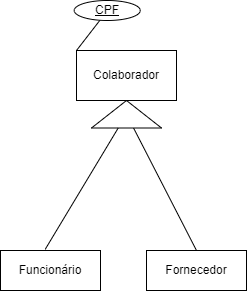
The draw.io diagram Database Diagram.drawio.png in ivanalves-t/DataBaseMER, before a commit. Source tidied: cells renumbered, new cells last; positions are measured from the earlier drawing's top-left corner, leaving out a move shared by most shapes. Source of this version:
```xml
<mxGraphModel>
  <root>
    <mxCell id="0" />
    <mxCell id="1" parent="0" />
    <mxCell id="2" style="triangle;whiteSpace=wrap;html=1;rotation=-90;" parent="1" vertex="1">
      <mxGeometry x="112.2" y="78.8" width="27.5" height="70" as="geometry" />
    </mxCell>
    <mxCell id="3" value="Colaborador" style="whiteSpace=wrap;html=1;align=center;" parent="1" vertex="1">
      <mxGeometry x="76" y="50" width="100" height="50" as="geometry" />
    </mxCell>
    <mxCell id="4" style="endArrow=none;html=1;rounded=0;entryX=0;entryY=0;entryDx=0;entryDy=0;" parent="1" edge="1" source="5" target="3">
      <mxGeometry relative="1" as="geometry" />
    </mxCell>
    <mxCell id="5" value="&lt;u&gt;CPF&lt;/u&gt;" style="ellipse;whiteSpace=wrap;html=1;align=center;" parent="1" vertex="1">
      <mxGeometry x="73.8" width="66" height="20" as="geometry" />
    </mxCell>
    <mxCell id="6" value="Funcionário" style="whiteSpace=wrap;html=1;align=center;" parent="1" vertex="1">
      <mxGeometry y="250" width="100" height="40" as="geometry" />
    </mxCell>
    <mxCell id="7" value="Fornecedor" style="whiteSpace=wrap;html=1;align=center;" parent="1" vertex="1">
      <mxGeometry x="146" y="250" width="100" height="40" as="geometry" />
    </mxCell>
    <mxCell id="8" style="endArrow=none;html=1;rounded=0;entryX=0.447;entryY=-0.029;entryDx=0;entryDy=0;entryPerimeter=0;" parent="1" edge="1" source="2" target="6">
      <mxGeometry relative="1" as="geometry" />
    </mxCell>
    <mxCell id="9" style="endArrow=none;html=1;rounded=0;entryX=0.5;entryY=0;entryDx=0;entryDy=0;" parent="1" edge="1" source="2" target="7">
      <mxGeometry relative="1" as="geometry" />
    </mxCell>
  </root>
</mxGraphModel>
```
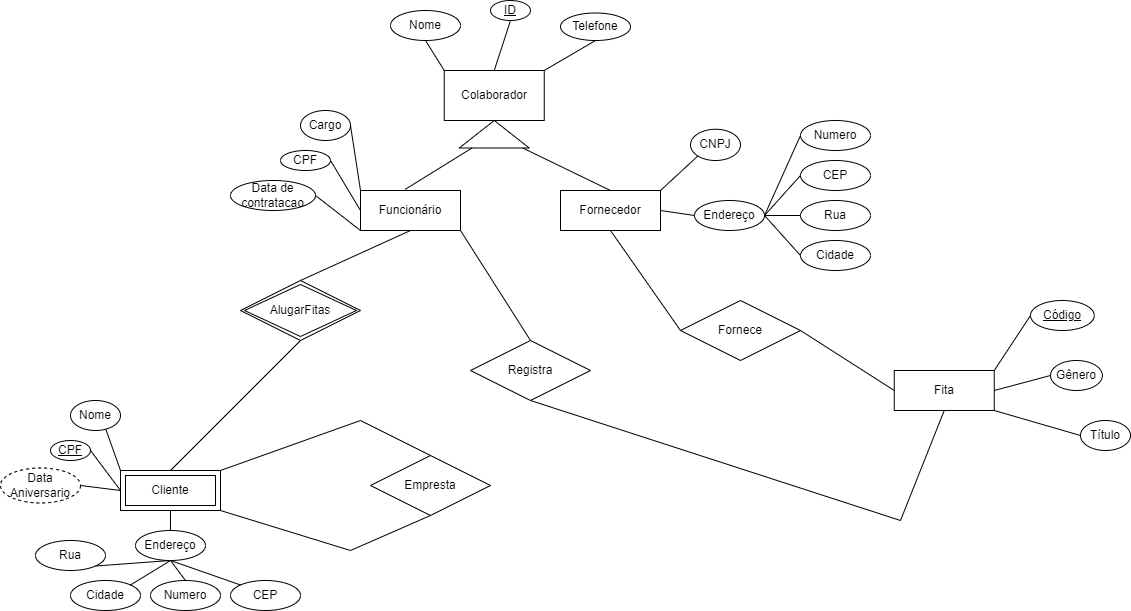
After the commit.

Commit message:
DiagramaLocadora1 - Leonardo

The edit, as a diff of the source:
```diff
@@ -3,22 +3,19 @@
     <mxCell id="0" />
     <mxCell id="1" parent="0" />
     <mxCell id="2" style="triangle;whiteSpace=wrap;html=1;rotation=-90;" parent="1" vertex="1">
-      <mxGeometry x="112.2" y="78.8" width="27.5" height="70" as="geometry" />
+      <mxGeometry x="-174" y="-21.2" width="27.5" height="70" as="geometry" />
     </mxCell>
     <mxCell id="3" value="Colaborador" style="whiteSpace=wrap;html=1;align=center;" parent="1" vertex="1">
-      <mxGeometry x="76" y="50" width="100" height="50" as="geometry" />
+      <mxGeometry x="-210.2" y="-50" width="100" height="50" as="geometry" />
     </mxCell>
-    <mxCell id="4" style="endArrow=none;html=1;rounded=0;entryX=0;entryY=0;entryDx=0;entryDy=0;" parent="1" edge="1" source="5" target="3">
+    <mxCell id="4" style="endArrow=none;html=1;rounded=0;entryX=0;entryY=0;entryDx=0;entryDy=0;exitX=0.5;exitY=1;exitDx=0;exitDy=0;" parent="1" edge="1" source="17" target="3">
       <mxGeometry relative="1" as="geometry" />
     </mxCell>
-    <mxCell id="5" value="&lt;u&gt;CPF&lt;/u&gt;" style="ellipse;whiteSpace=wrap;html=1;align=center;" parent="1" vertex="1">
-      <mxGeometry x="73.8" width="66" height="20" as="geometry" />
-    </mxCell>
     <mxCell id="6" value="Funcionário" style="whiteSpace=wrap;html=1;align=center;" parent="1" vertex="1">
-      <mxGeometry y="250" width="100" height="40" as="geometry" />
+      <mxGeometry x="-294" y="70" width="100" height="40" as="geometry" />
     </mxCell>
     <mxCell id="7" value="Fornecedor" style="whiteSpace=wrap;html=1;align=center;" parent="1" vertex="1">
-      <mxGeometry x="146" y="250" width="100" height="40" as="geometry" />
+      <mxGeometry x="-94" y="70" width="100" height="40" as="geometry" />
     </mxCell>
     <mxCell id="8" style="endArrow=none;html=1;rounded=0;entryX=0.447;entryY=-0.029;entryDx=0;entryDy=0;entryPerimeter=0;" parent="1" edge="1" source="2" target="6">
       <mxGeometry relative="1" as="geometry" />
@@ -26,5 +23,194 @@
     <mxCell id="9" style="endArrow=none;html=1;rounded=0;entryX=0.5;entryY=0;entryDx=0;entryDy=0;" parent="1" edge="1" source="2" target="7">
       <mxGeometry relative="1" as="geometry" />
     </mxCell>
+    <mxCell id="10" value="Fita" style="whiteSpace=wrap;html=1;align=center;" parent="1" vertex="1">
+      <mxGeometry x="239.8" y="250" width="100" height="40" as="geometry" />
+    </mxCell>
+    <mxCell id="11" value="Código" style="ellipse;whiteSpace=wrap;html=1;align=center;fontStyle=4;" parent="1" vertex="1">
+      <mxGeometry x="376" y="180" width="63.8" height="30" as="geometry" />
+    </mxCell>
+    <mxCell id="12" value="Gênero" style="ellipse;whiteSpace=wrap;html=1;align=center;" parent="1" vertex="1">
+      <mxGeometry x="396" y="240" width="51.9" height="30" as="geometry" />
+    </mxCell>
+    <mxCell id="13" value="Título" style="ellipse;whiteSpace=wrap;html=1;align=center;" parent="1" vertex="1">
+      <mxGeometry x="426" y="300" width="50" height="30" as="geometry" />
+    </mxCell>
+    <mxCell id="14" style="endArrow=none;html=1;rounded=0;entryX=1;entryY=0;entryDx=0;entryDy=0;exitX=0;exitY=0.5;exitDx=0;exitDy=0;" parent="1" edge="1" source="11" target="10">
+      <mxGeometry relative="1" as="geometry" />
+    </mxCell>
+    <mxCell id="15" style="endArrow=none;html=1;rounded=0;exitX=1;exitY=0.5;exitDx=0;exitDy=0;entryX=0;entryY=0.5;entryDx=0;entryDy=0;" parent="1" edge="1" source="10" target="12">
+      <mxGeometry relative="1" as="geometry" />
+    </mxCell>
+    <mxCell id="16" style="endArrow=none;html=1;rounded=0;exitX=1;exitY=1;exitDx=0;exitDy=0;entryX=0;entryY=0.5;entryDx=0;entryDy=0;" parent="1" edge="1" source="10" target="13">
+      <mxGeometry relative="1" as="geometry" />
+    </mxCell>
+    <mxCell id="17" value="Nome" style="ellipse;whiteSpace=wrap;html=1;align=center;" parent="1" vertex="1">
+      <mxGeometry x="-264" y="-110" width="70" height="30" as="geometry" />
+    </mxCell>
+    <mxCell id="18" value="Telefone" style="ellipse;whiteSpace=wrap;html=1;align=center;" parent="1" vertex="1">
+      <mxGeometry x="-94" y="-107.5" width="70" height="27.5" as="geometry" />
+    </mxCell>
+    <mxCell id="19" style="endArrow=none;html=1;rounded=0;exitX=1;exitY=0;exitDx=0;exitDy=0;entryX=0.5;entryY=1;entryDx=0;entryDy=0;" parent="1" edge="1" source="3" target="18">
+      <mxGeometry relative="1" as="geometry" />
+    </mxCell>
+    <mxCell id="20" value="ID" style="ellipse;whiteSpace=wrap;html=1;align=center;fontStyle=4;" parent="1" vertex="1">
+      <mxGeometry x="-164" y="-120" width="40" height="20" as="geometry" />
+    </mxCell>
+    <mxCell id="21" style="endArrow=none;html=1;rounded=0;exitX=0.5;exitY=0;exitDx=0;exitDy=0;entryX=0.5;entryY=1;entryDx=0;entryDy=0;" parent="1" edge="1" source="3" target="20">
+      <mxGeometry relative="1" as="geometry" />
+    </mxCell>
+    <mxCell id="22" value="CNPJ" style="ellipse;whiteSpace=wrap;html=1;align=center;" parent="1" vertex="1">
+      <mxGeometry x="36" y="8.8" width="50" height="31.2" as="geometry" />
+    </mxCell>
+    <mxCell id="23" value="Endereço" style="ellipse;whiteSpace=wrap;html=1;align=center;" parent="1" vertex="1">
+      <mxGeometry x="40" y="80" width="70" height="30" as="geometry" />
+    </mxCell>
+    <mxCell id="24" value="Rua&lt;span style=&quot;color: rgba(0, 0, 0, 0); font-family: monospace; font-size: 0px; text-align: start; text-wrap: nowrap;&quot;&gt;%3CmxGraphModel%3E%3Croot%3E%3CmxCell%20id%3D%220%22%2F%3E%3CmxCell%20id%3D%221%22%20parent%3D%220%22%2F%3E%3CmxCell%20id%3D%222%22%20value%3D%22Endere%C3%A7o%22%20style%3D%22ellipse%3BwhiteSpace%3Dwrap%3Bhtml%3D1%3Balign%3Dcenter%3B%22%20vertex%3D%221%22%20parent%3D%221%22%3E%3CmxGeometry%20x%3D%22360%22%20y%3D%22220%22%20width%3D%2270%22%20height%3D%2230%22%20as%3D%22geometry%22%2F%3E%3C%2FmxCell%3E%3C%2Froot%3E%3C%2FmxGraphModel%3E&lt;/span&gt;&lt;span style=&quot;color: rgba(0, 0, 0, 0); font-family: monospace; font-size: 0px; text-align: start; text-wrap: nowrap;&quot;&gt;%3CmxGraphModel%3E%3Croot%3E%3CmxCell%20id%3D%220%22%2F%3E%3CmxCell%20id%3D%221%22%20parent%3D%220%22%2F%3E%3CmxCell%20id%3D%222%22%20value%3D%22Endere%C3%A7o%22%20style%3D%22ellipse%3BwhiteSpace%3Dwrap%3Bhtml%3D1%3Balign%3Dcenter%3B%22%20vertex%3D%221%22%20parent%3D%221%22%3E%3CmxGeometry%20x%3D%22360%22%20y%3D%22220%22%20width%3D%2270%22%20height%3D%2230%22%20as%3D%22geometry%22%2F%3E%3C%2FmxCell%3E%3C%2Froot%3E%3C%2FmxGraphModel%3E&lt;/span&gt;" style="ellipse;whiteSpace=wrap;html=1;align=center;" parent="1" vertex="1">
+      <mxGeometry x="146" y="80" width="70" height="30" as="geometry" />
+    </mxCell>
+    <mxCell id="25" value="CEP" style="ellipse;whiteSpace=wrap;html=1;align=center;" parent="1" vertex="1">
+      <mxGeometry x="146" y="40" width="70" height="30" as="geometry" />
+    </mxCell>
+    <mxCell id="26" value="Cidade" style="ellipse;whiteSpace=wrap;html=1;align=center;" parent="1" vertex="1">
+      <mxGeometry x="146" y="120" width="70" height="30" as="geometry" />
+    </mxCell>
+    <mxCell id="27" value="Cargo" style="ellipse;whiteSpace=wrap;html=1;align=center;" parent="1" vertex="1">
+      <mxGeometry x="-354" y="-10" width="50" height="30" as="geometry" />
+    </mxCell>
+    <mxCell id="28" value="Numero" style="ellipse;whiteSpace=wrap;html=1;align=center;" parent="1" vertex="1">
+      <mxGeometry x="146" width="70" height="30" as="geometry" />
+    </mxCell>
+    <mxCell id="29" style="endArrow=none;html=1;rounded=0;exitX=1;exitY=0;exitDx=0;exitDy=0;entryX=0;entryY=1;entryDx=0;entryDy=0;" parent="1" edge="1" source="7" target="22">
+      <mxGeometry relative="1" as="geometry" />
+    </mxCell>
+    <mxCell id="30" style="endArrow=none;html=1;rounded=0;exitX=1;exitY=0.5;exitDx=0;exitDy=0;entryX=0;entryY=0.5;entryDx=0;entryDy=0;" parent="1" edge="1" source="7" target="23">
+      <mxGeometry relative="1" as="geometry" />
+    </mxCell>
+    <mxCell id="31" style="endArrow=none;html=1;rounded=0;exitX=1;exitY=0.5;exitDx=0;exitDy=0;entryX=0;entryY=0.5;entryDx=0;entryDy=0;" parent="1" edge="1" source="23" target="26">
+      <mxGeometry relative="1" as="geometry" />
+    </mxCell>
+    <mxCell id="32" style="endArrow=none;html=1;rounded=0;exitX=1;exitY=0.5;exitDx=0;exitDy=0;entryX=0;entryY=0.5;entryDx=0;entryDy=0;" parent="1" edge="1" source="23" target="24">
+      <mxGeometry relative="1" as="geometry" />
+    </mxCell>
+    <mxCell id="33" style="endArrow=none;html=1;rounded=0;exitX=1;exitY=0.5;exitDx=0;exitDy=0;entryX=0;entryY=0.5;entryDx=0;entryDy=0;" parent="1" edge="1" source="23" target="25">
+      <mxGeometry relative="1" as="geometry" />
+    </mxCell>
+    <mxCell id="34" style="endArrow=none;html=1;rounded=0;exitX=1;exitY=0.5;exitDx=0;exitDy=0;entryX=0;entryY=0.5;entryDx=0;entryDy=0;" parent="1" edge="1" source="23" target="28">
+      <mxGeometry relative="1" as="geometry" />
+    </mxCell>
+    <mxCell id="35" style="endArrow=none;html=1;rounded=0;exitX=1;exitY=0.5;exitDx=0;exitDy=0;entryX=0;entryY=0;entryDx=0;entryDy=0;" parent="1" edge="1" source="27" target="6">
+      <mxGeometry relative="1" as="geometry" />
+    </mxCell>
+    <mxCell id="36" value="CPF" style="ellipse;whiteSpace=wrap;html=1;align=center;" parent="1" vertex="1">
+      <mxGeometry x="-374" y="30" width="50" height="20" as="geometry" />
+    </mxCell>
+    <mxCell id="37" value="Data de contratacao" style="ellipse;whiteSpace=wrap;html=1;align=center;" parent="1" vertex="1">
+      <mxGeometry x="-424" y="60" width="85" height="30" as="geometry" />
+    </mxCell>
+    <mxCell id="38" style="endArrow=none;html=1;rounded=0;exitX=1;exitY=0.5;exitDx=0;exitDy=0;entryX=0;entryY=0.5;entryDx=0;entryDy=0;" parent="1" edge="1" source="36" target="6">
+      <mxGeometry relative="1" as="geometry" />
+    </mxCell>
+    <mxCell id="39" style="endArrow=none;html=1;rounded=0;exitX=1;exitY=0.5;exitDx=0;exitDy=0;entryX=0;entryY=1;entryDx=0;entryDy=0;" parent="1" edge="1" source="37" target="6">
+      <mxGeometry relative="1" as="geometry" />
+    </mxCell>
+    <mxCell id="40" value="Cliente" style="shape=ext;margin=3;double=1;whiteSpace=wrap;html=1;align=center;" parent="1" vertex="1">
+      <mxGeometry x="-534" y="350" width="100" height="40" as="geometry" />
+    </mxCell>
+    <mxCell id="41" value="Nome" style="ellipse;whiteSpace=wrap;html=1;align=center;" parent="1" vertex="1">
+      <mxGeometry x="-584" y="280" width="50" height="30" as="geometry" />
+    </mxCell>
+    <mxCell id="42" value="Endereço" style="ellipse;whiteSpace=wrap;html=1;align=center;" parent="1" vertex="1">
+      <mxGeometry x="-519" y="410" width="70" height="30" as="geometry" />
+    </mxCell>
+    <mxCell id="43" value="Rua&lt;span style=&quot;color: rgba(0, 0, 0, 0); font-family: monospace; font-size: 0px; text-align: start; text-wrap: nowrap;&quot;&gt;%3CmxGraphModel%3E%3Croot%3E%3CmxCell%20id%3D%220%22%2F%3E%3CmxCell%20id%3D%221%22%20parent%3D%220%22%2F%3E%3CmxCell%20id%3D%222%22%20value%3D%22Endere%C3%A7o%22%20style%3D%22ellipse%3BwhiteSpace%3Dwrap%3Bhtml%3D1%3Balign%3Dcenter%3B%22%20vertex%3D%221%22%20parent%3D%221%22%3E%3CmxGeometry%20x%3D%22360%22%20y%3D%22220%22%20width%3D%2270%22%20height%3D%2230%22%20as%3D%22geometry%22%2F%3E%3C%2FmxCell%3E%3C%2Froot%3E%3C%2FmxGraphModel%3E&lt;/span&gt;&lt;span style=&quot;color: rgba(0, 0, 0, 0); font-family: monospace; font-size: 0px; text-align: start; text-wrap: nowrap;&quot;&gt;%3CmxGraphModel%3E%3Croot%3E%3CmxCell%20id%3D%220%22%2F%3E%3CmxCell%20id%3D%221%22%20parent%3D%220%22%2F%3E%3CmxCell%20id%3D%222%22%20value%3D%22Endere%C3%A7o%22%20style%3D%22ellipse%3BwhiteSpace%3Dwrap%3Bhtml%3D1%3Balign%3Dcenter%3B%22%20vertex%3D%221%22%20parent%3D%221%22%3E%3CmxGeometry%20x%3D%22360%22%20y%3D%22220%22%20width%3D%2270%22%20height%3D%2230%22%20as%3D%22geometry%22%2F%3E%3C%2FmxCell%3E%3C%2Froot%3E%3C%2FmxGraphModel%3E&lt;/span&gt;" style="ellipse;whiteSpace=wrap;html=1;align=center;" parent="1" vertex="1">
+      <mxGeometry x="-619" y="420" width="70" height="30" as="geometry" />
+    </mxCell>
+    <mxCell id="44" value="CEP" style="ellipse;whiteSpace=wrap;html=1;align=center;" parent="1" vertex="1">
+      <mxGeometry x="-424" y="460" width="70" height="30" as="geometry" />
+    </mxCell>
+    <mxCell id="45" value="Cidade" style="ellipse;whiteSpace=wrap;html=1;align=center;" parent="1" vertex="1">
+      <mxGeometry x="-584" y="460" width="70" height="30" as="geometry" />
+    </mxCell>
+    <mxCell id="46" value="Numero" style="ellipse;whiteSpace=wrap;html=1;align=center;" parent="1" vertex="1">
+      <mxGeometry x="-504" y="460" width="70" height="30" as="geometry" />
+    </mxCell>
+    <mxCell id="47" value="CPF" style="ellipse;whiteSpace=wrap;html=1;align=center;fontStyle=4;" parent="1" vertex="1">
+      <mxGeometry x="-604" y="320" width="40" height="20" as="geometry" />
+    </mxCell>
+    <mxCell id="48" value="Data Aniversario" style="ellipse;whiteSpace=wrap;html=1;align=center;dashed=1;" parent="1" vertex="1">
+      <mxGeometry x="-654" y="347.5" width="80" height="35" as="geometry" />
+    </mxCell>
+    <mxCell id="49" style="endArrow=none;html=1;rounded=0;exitX=0.5;exitY=1;exitDx=0;exitDy=0;entryX=0;entryY=0;entryDx=0;entryDy=0;" parent="1" edge="1" source="42" target="44">
+      <mxGeometry relative="1" as="geometry" />
+    </mxCell>
+    <mxCell id="50" style="endArrow=none;html=1;rounded=0;exitX=0.5;exitY=1;exitDx=0;exitDy=0;entryX=0.5;entryY=0;entryDx=0;entryDy=0;" parent="1" edge="1" source="42" target="46">
+      <mxGeometry relative="1" as="geometry" />
+    </mxCell>
+    <mxCell id="51" style="endArrow=none;html=1;rounded=0;exitX=0.5;exitY=1;exitDx=0;exitDy=0;entryX=1;entryY=0;entryDx=0;entryDy=0;" parent="1" edge="1" source="42" target="45">
+      <mxGeometry relative="1" as="geometry" />
+    </mxCell>
+    <mxCell id="52" style="endArrow=none;html=1;rounded=0;exitX=0.5;exitY=1;exitDx=0;exitDy=0;entryX=1;entryY=1;entryDx=0;entryDy=0;" parent="1" edge="1" source="42" target="43">
+      <mxGeometry relative="1" as="geometry" />
+    </mxCell>
+    <mxCell id="53" style="endArrow=none;html=1;rounded=0;exitX=0;exitY=0.5;exitDx=0;exitDy=0;entryX=1;entryY=0.5;entryDx=0;entryDy=0;" parent="1" edge="1" source="40" target="48">
+      <mxGeometry relative="1" as="geometry" />
+    </mxCell>
+    <mxCell id="54" style="endArrow=none;html=1;rounded=0;exitX=0;exitY=0.5;exitDx=0;exitDy=0;entryX=1;entryY=0.5;entryDx=0;entryDy=0;" parent="1" edge="1" source="40" target="47">
+      <mxGeometry relative="1" as="geometry" />
+    </mxCell>
+    <mxCell id="55" style="endArrow=none;html=1;rounded=0;exitX=0;exitY=0;exitDx=0;exitDy=0;entryX=0.705;entryY=0.952;entryDx=0;entryDy=0;entryPerimeter=0;" parent="1" edge="1" source="40" target="41">
+      <mxGeometry relative="1" as="geometry" />
+    </mxCell>
+    <mxCell id="56" style="endArrow=none;html=1;rounded=0;exitX=0.5;exitY=0;exitDx=0;exitDy=0;entryX=0.5;entryY=1;entryDx=0;entryDy=0;" parent="1" edge="1" source="42" target="40">
+      <mxGeometry relative="1" as="geometry" />
+    </mxCell>
+    <mxCell id="57" value="AlugarFitas" style="shape=rhombus;double=1;perimeter=rhombusPerimeter;whiteSpace=wrap;html=1;align=center;" parent="1" vertex="1">
+      <mxGeometry x="-414" y="160" width="120" height="60" as="geometry" />
+    </mxCell>
+    <mxCell id="58" style="endArrow=none;html=1;rounded=0;exitX=0.5;exitY=0;exitDx=0;exitDy=0;entryX=0.5;entryY=1;entryDx=0;entryDy=0;" parent="1" edge="1" source="40" target="57">
+      <mxGeometry relative="1" as="geometry" />
+    </mxCell>
+    <mxCell id="59" style="endArrow=none;html=1;rounded=0;exitX=0.5;exitY=1;exitDx=0;exitDy=0;entryX=0.5;entryY=0;entryDx=0;entryDy=0;" parent="1" edge="1" source="6" target="57">
+      <mxGeometry relative="1" as="geometry" />
+    </mxCell>
+    <mxCell id="60" value="Fornece" style="shape=rhombus;perimeter=rhombusPerimeter;whiteSpace=wrap;html=1;align=center;" parent="1" vertex="1">
+      <mxGeometry x="26" y="180" width="120" height="60" as="geometry" />
+    </mxCell>
+    <mxCell id="61" style="endArrow=none;html=1;rounded=0;exitX=0.5;exitY=1;exitDx=0;exitDy=0;entryX=0;entryY=0.5;entryDx=0;entryDy=0;" parent="1" edge="1" source="7" target="60">
+      <mxGeometry relative="1" as="geometry" />
+    </mxCell>
+    <mxCell id="62" style="endArrow=none;html=1;rounded=0;exitX=1;exitY=0.5;exitDx=0;exitDy=0;entryX=0;entryY=0.5;entryDx=0;entryDy=0;" parent="1" edge="1" source="60" target="10">
+      <mxGeometry relative="1" as="geometry" />
+    </mxCell>
+    <mxCell id="63" value="Registra" style="shape=rhombus;perimeter=rhombusPerimeter;whiteSpace=wrap;html=1;align=center;" parent="1" vertex="1">
+      <mxGeometry x="-184" y="220" width="120" height="60" as="geometry" />
+    </mxCell>
+    <mxCell id="64" style="endArrow=none;html=1;rounded=0;exitX=1;exitY=1;exitDx=0;exitDy=0;entryX=0.5;entryY=0;entryDx=0;entryDy=0;" parent="1" edge="1" source="6" target="63">
+      <mxGeometry relative="1" as="geometry" />
+    </mxCell>
+    <mxCell id="65" style="endArrow=none;html=1;rounded=0;exitX=0.5;exitY=1;exitDx=0;exitDy=0;entryX=0.5;entryY=1;entryDx=0;entryDy=0;" parent="1" edge="1" source="63" target="10">
+      <mxGeometry relative="1" as="geometry">
+        <Array as="points">
+          <mxPoint x="246" y="400" />
+        </Array>
+      </mxGeometry>
+    </mxCell>
+    <mxCell id="66" value="Empresta" style="shape=rhombus;perimeter=rhombusPerimeter;whiteSpace=wrap;html=1;align=center;" parent="1" vertex="1">
+      <mxGeometry x="-284" y="335" width="120" height="60" as="geometry" />
+    </mxCell>
+    <mxCell id="67" style="endArrow=none;html=1;rounded=0;exitX=1;exitY=0;exitDx=0;exitDy=0;entryX=0.5;entryY=0;entryDx=0;entryDy=0;" parent="1" edge="1" source="40" target="66">
+      <mxGeometry relative="1" as="geometry">
+        <Array as="points">
+          <mxPoint x="-294" y="300" />
+        </Array>
+      </mxGeometry>
+    </mxCell>
+    <mxCell id="68" style="endArrow=none;html=1;rounded=0;exitX=1;exitY=1;exitDx=0;exitDy=0;entryX=0.5;entryY=1;entryDx=0;entryDy=0;" parent="1" edge="1" source="40" target="66">
+      <mxGeometry relative="1" as="geometry">
+        <Array as="points">
+          <mxPoint x="-304" y="430" />
+        </Array>
+      </mxGeometry>
+    </mxCell>
   </root>
 </mxGraphModel>
```
